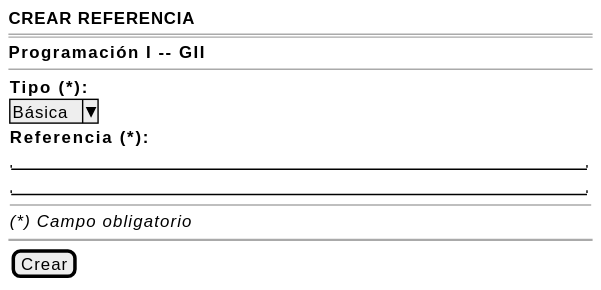
Before: images/RUP/01-requisitos/03-detalle-casos-uso/crearReferenciaBibliografica/wireframe.svg, a diagram exported from PlantUML (mmasias/pyCeldaPublico). Its diagram source:
```plantuml
@startsalt crearReferenciaBibliografica-wireframe
{
    <b>CREAR REFERENCIA</b>
    ====
    <b>Programación I -- GII</b>
    --
    {
        <b>Tipo (*):</b>
        ^Básica^
        <b>Referencia (*):</b>
        "                                                   "
        "                                                   "
        --
        <i>(*) Campo obligatorio</i>
    }
    ~~
    {[Crear]}
}
@endsalt
```
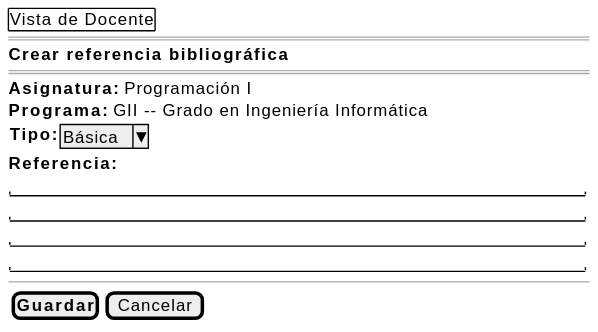
The same file after the commit.

The edit, as a diff of the source:
```diff
@@ -1,19 +1,18 @@
 @startsalt crearReferenciaBibliografica-wireframe
 {
-    <b>CREAR REFERENCIA</b>
+    {+ Vista de Docente }
     ====
-    <b>Programación I -- GII</b>
+    <b>Crear referencia bibliográfica</b>
+    ====
+    <b>Asignatura:</b> Programación I
+    <b>Programa:</b> GII -- Grado en Ingeniería Informática
+    {<b>Tipo:</b> | ^Básica^}
+    <b>Referencia:</b>
+    "                                                   "
+    "                                                   "
+    "                                                   "
+    "                                                   "
     --
-    {
-        <b>Tipo (*):</b>
-        ^Básica^
-        <b>Referencia (*):</b>
-        "                                                   "
-        "                                                   "
-        --
-        <i>(*) Campo obligatorio</i>
-    }
-    ~~
-    {[Crear]}
+    {[<b>Guardar</b>] | [Cancelar]}
 }
 @endsalt
```
